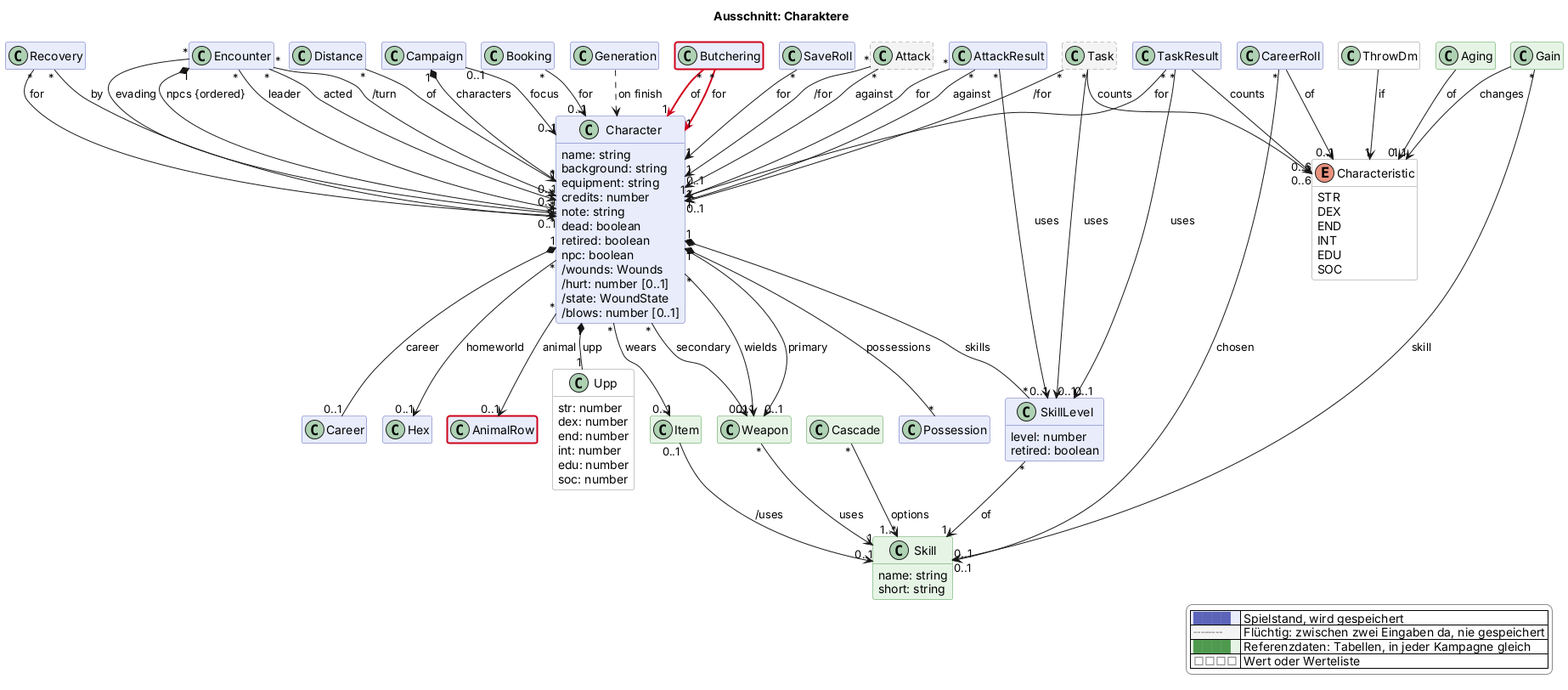
Earlier version of the PlantUML export docs/views/charakter.png (scuzzar/SRE).
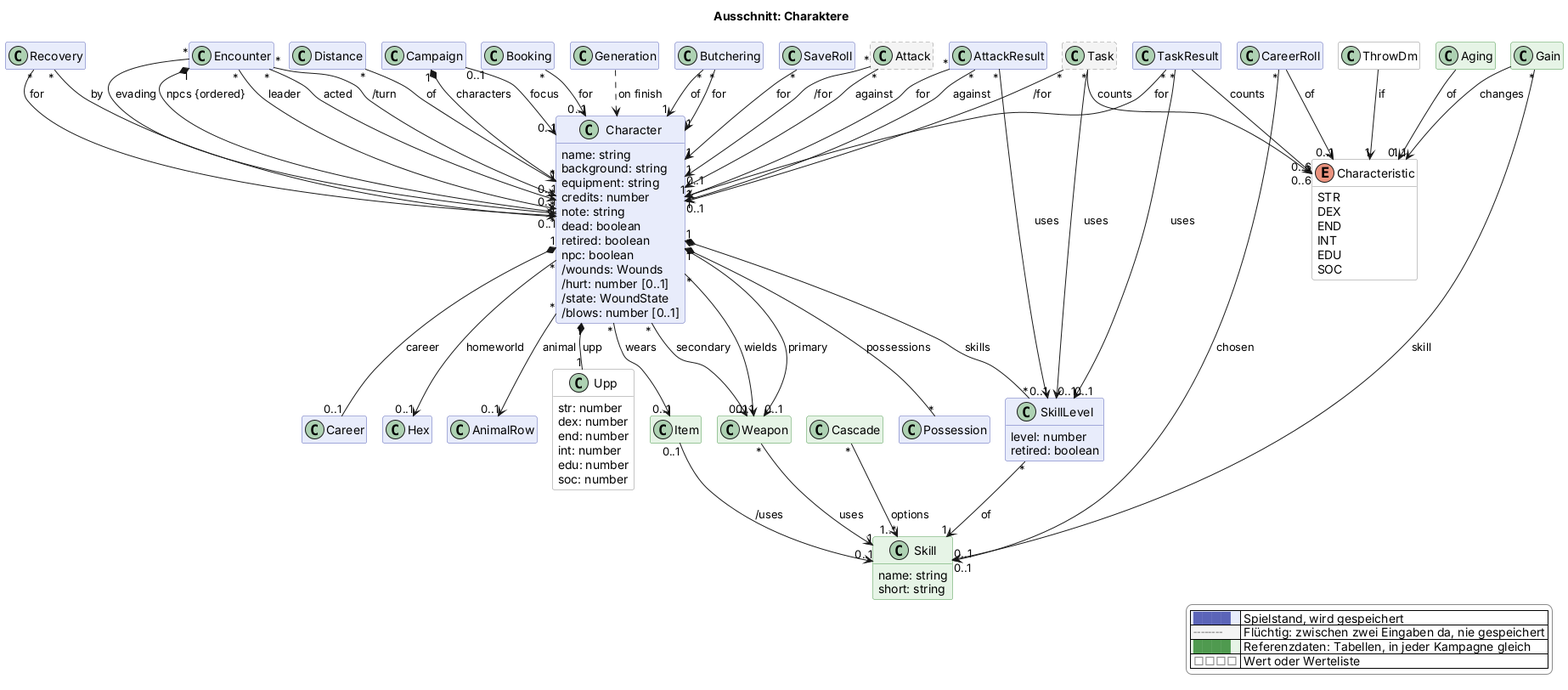
The same diagram one commit later.

The edit, as a diff of the source:
```diff
@@ -102,7 +102,7 @@
 
   class Hex $sektor
 
-  class Butchering $begegnung $newClass("2026-11-13")
+  class Butchering $begegnung
   class SaveRoll $begegnung
 
   class Task <<transient>> $probe
@@ -163,8 +163,8 @@
 
 Recovery "*" --> "1" Character : for
 Recovery "*" --> "0..1" Character : by
-Butchering "*" -$newArrow("2026-11-13")-> "1" Character : of
-Butchering "*" -$newArrow("2026-11-13")-> "1" Character : for
+Butchering "*" --> "1" Character : of
+Butchering "*" --> "1" Character : for
 TaskResult "*" --> "1" Character : for
 TaskResult "*" --> "0..1" SkillLevel : uses
 TaskResult --> "0..6" Characteristic : counts
@@ -197,5 +197,4 @@
   |<#e6f4e6> <color:#4f9a4f>████</color> | Referenzdaten: Tabellen, in jeder Kampagne gleich |
   |<#ffffff> <color:#8a8a8a>□□□□</color> | Wert oder Werteliste |
 endlegend
-class AnimalRow #line:d0021b;line.bold
 @enduml
```
